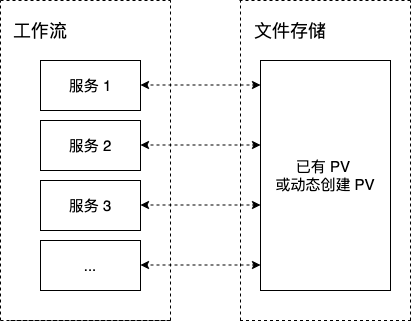
Before: v1.10.0/06.工作流/_images/workflow_cache_1_2.png, a diagram exported from draw.io (koderover/zadig-doc). Source tidied: cells renumbered, new cells last; positions are measured from the earlier drawing's top-left corner, leaving out a move shared by most shapes.
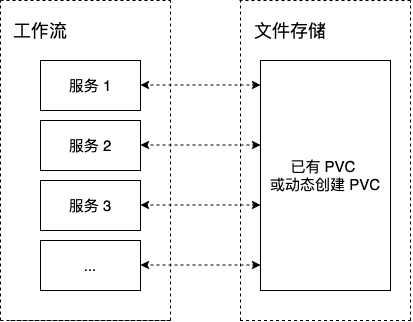
After the commit.

Change to the diagram source:
```diff
@@ -47,7 +47,7 @@
     <mxCell id="10" value="&lt;font style=&quot;font-size: 15px;&quot;&gt;服务 3&lt;/font&gt;" style="rounded=0;whiteSpace=wrap;html=1;" parent="1" vertex="1">
       <mxGeometry x="40" y="180" width="100" height="50" as="geometry" />
     </mxCell>
-    <mxCell id="11" value="&lt;span style=&quot;font-size: 15px;&quot;&gt;已有 PV &lt;br /&gt;或动态创建 PV&lt;br /&gt;&lt;/span&gt;" style="rounded=0;whiteSpace=wrap;html=1;" parent="1" vertex="1">
+    <mxCell id="11" value="&lt;span style=&quot;font-size: 15px&quot;&gt;已有 PVC&amp;nbsp;&lt;br&gt;或动态创建 PVC&lt;br&gt;&lt;/span&gt;" style="rounded=0;whiteSpace=wrap;html=1;" parent="1" vertex="1">
       <mxGeometry x="260" y="60" width="130" height="230" as="geometry" />
     </mxCell>
     <mxCell id="12" style="endArrow=classic;html=1;fontStyle=1;endFill=1;" parent="1" edge="1">
```
